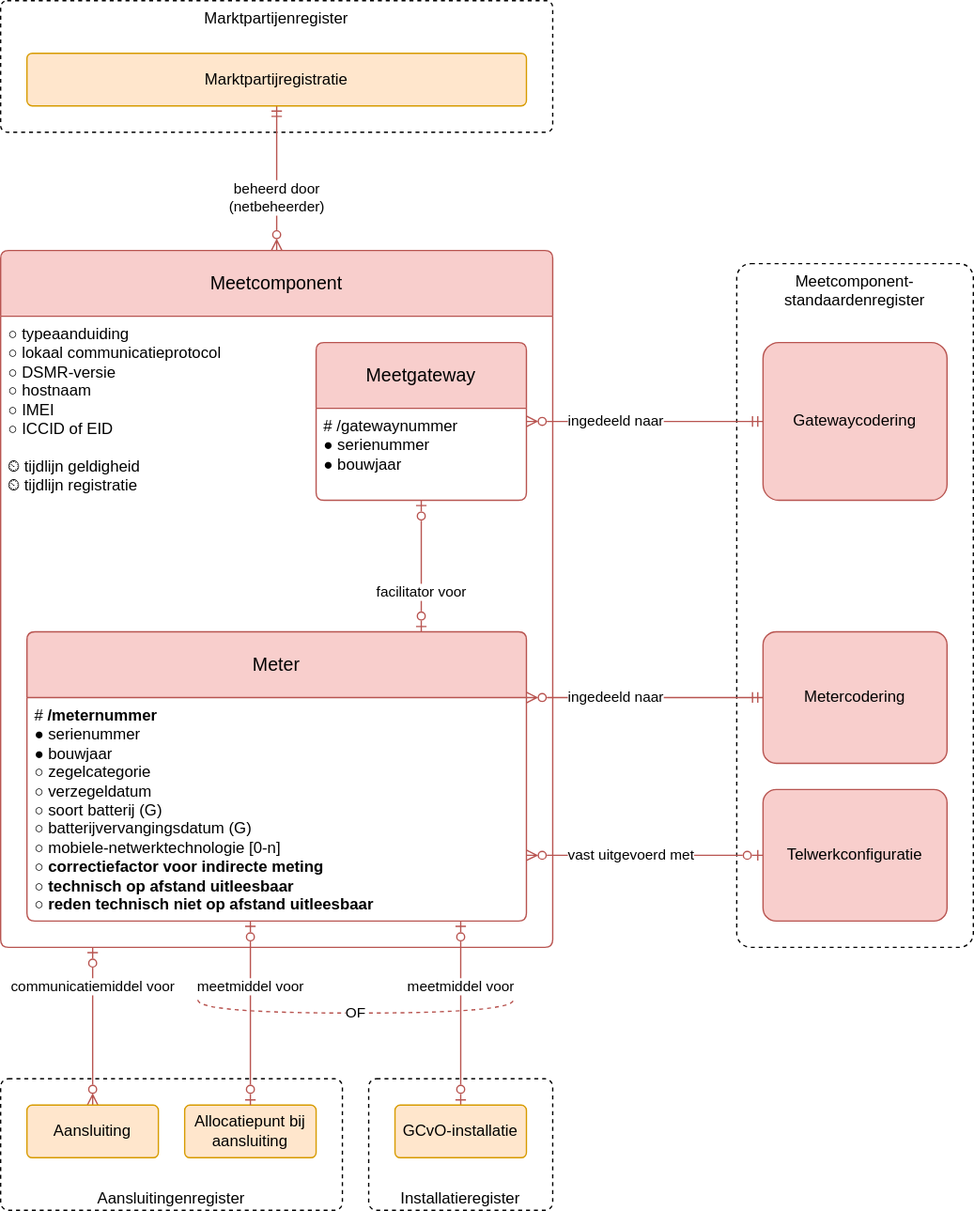
sefanja/nbnl-conceptuele-informatiemodellen keeps this draw.io diagram as modellen/registers/meetcomponentenregister/1.0.0/model.drawio.svg. Above is the earlier version. Source tidied: cells renumbered, new cells last; positions are measured from the earlier drawing's top-left corner, leaving out a move shared by most shapes.
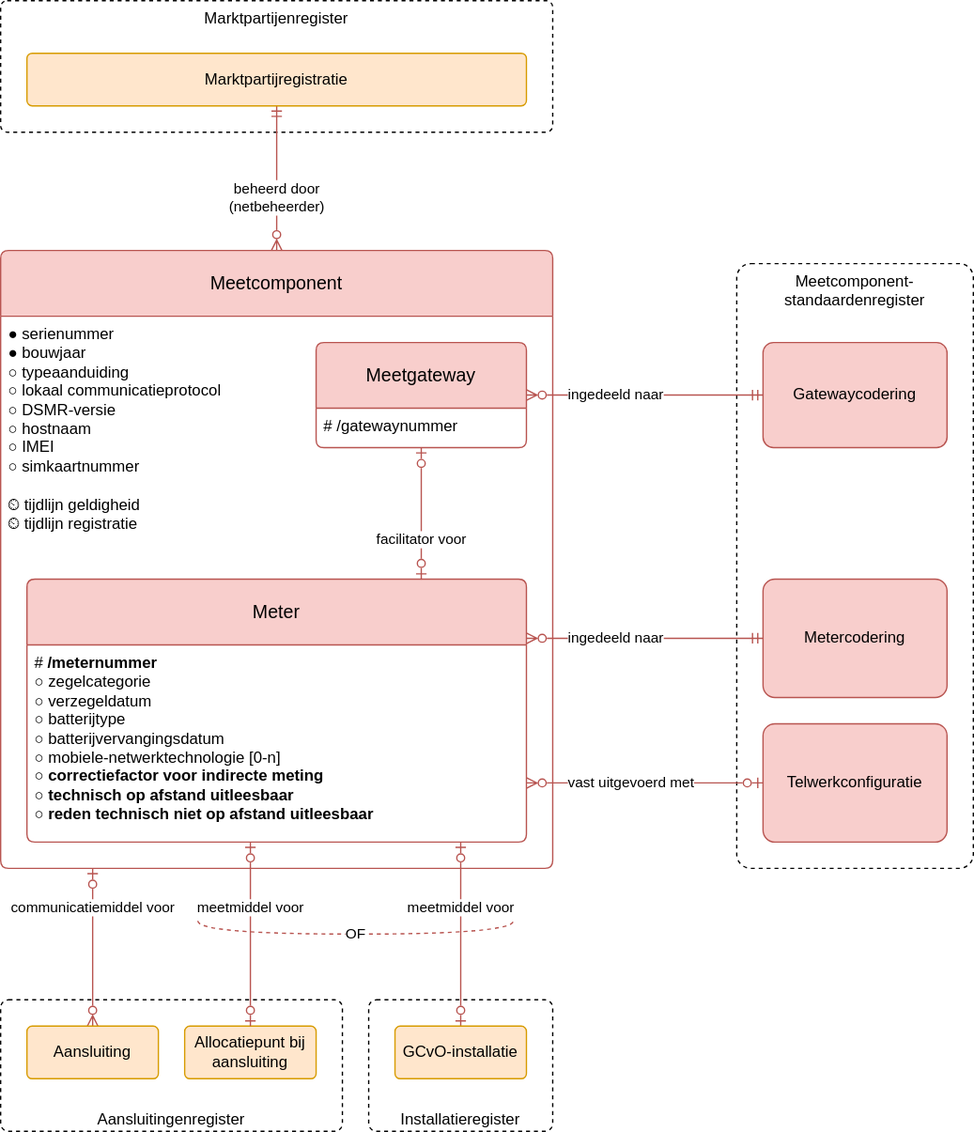
The same file after the commit.

Diff of the diagram source:
```diff
@@ -3,7 +3,7 @@
     <mxCell id="0" />
     <mxCell id="1" parent="0" />
     <mxCell id="2" value="Meetcomponent-standaardenregister" style="rounded=1;whiteSpace=wrap;html=1;dashed=1;verticalAlign=top;arcSize=6;" parent="1" vertex="1">
-      <mxGeometry x="560" y="200" width="180" height="520" as="geometry" />
+      <mxGeometry x="560" y="200" width="180" height="460" as="geometry" />
     </mxCell>
     <mxCell id="3" value="vast uitgevoerd&amp;nbsp;&lt;span style=&quot;background-color: light-dark(#ffffff, var(--ge-dark-color, #121212)); color: light-dark(rgb(0, 0, 0), rgb(255, 255, 255));&quot;&gt;met&lt;/span&gt;" style="endArrow=ERzeroToOne;html=1;rounded=0;startArrow=ERzeroToMany;startFill=0;endFill=0;edgeStyle=elbowEdgeStyle;align=left;fillColor=#f8cecc;strokeColor=#b85450;elbow=vertical;" parent="1" edge="1" source="9" target="26">
       <mxGeometry x="-0.67" relative="1" as="geometry" />
@@ -15,22 +15,22 @@
       <mxGeometry x="-0.67" relative="1" as="geometry" />
     </mxCell>
     <mxCell id="6" value="Meetcomponent" style="swimlane;horizontal=1;startSize=50;rounded=1;fontSize=14;fontStyle=0;strokeWidth=1;shadow=0;dashed=0;align=center;fillColor=#f8cecc;strokeColor=#b85450;arcSize=4;whiteSpace=wrap;html=1;" parent="1" vertex="1">
-      <mxGeometry y="190" width="420" height="530" as="geometry" />
+      <mxGeometry y="190" width="420" height="470" as="geometry" />
     </mxCell>
-    <mxCell id="7" value="&lt;div&gt;○ typeaanduiding&lt;span style=&quot;background-color: transparent; color: light-dark(rgb(0, 0, 0), rgb(255, 255, 255));&quot;&gt;&lt;/span&gt;&lt;/div&gt;&lt;div&gt;&lt;span style=&quot;background-color: transparent; color: light-dark(rgb(0, 0, 0), rgb(255, 255, 255));&quot;&gt;○&amp;nbsp;&lt;/span&gt;&lt;span style=&quot;background-color: transparent; color: light-dark(rgb(0, 0, 0), rgb(255, 255, 255));&quot;&gt;lokaal communicatieprotocol&lt;/span&gt;&lt;/div&gt;&lt;div&gt;○ DSMR-versie&lt;/div&gt;&lt;div&gt;○ hostnaam&lt;span style=&quot;background-color: transparent; color: light-dark(rgb(0, 0, 0), rgb(255, 255, 255));&quot;&gt;&lt;/span&gt;&lt;/div&gt;&lt;div&gt;&lt;span style=&quot;background-color: transparent; color: light-dark(rgb(0, 0, 0), rgb(255, 255, 255));&quot;&gt;○ IMEI&lt;/span&gt;&lt;/div&gt;&lt;div&gt;&lt;div&gt;&lt;span style=&quot;background-color: transparent; color: light-dark(rgb(0, 0, 0), rgb(255, 255, 255));&quot;&gt;○&amp;nbsp;ICCID of EID&lt;/span&gt;&lt;/div&gt;&lt;/div&gt;&lt;div&gt;&lt;span style=&quot;background-color: transparent; color: light-dark(rgb(0, 0, 0), rgb(255, 255, 255));&quot;&gt;&lt;br&gt;&lt;/span&gt;&lt;/div&gt;&lt;div&gt;&lt;span style=&quot;background-color: transparent;&quot;&gt;⏲ tijdlijn geldigheid&lt;/span&gt;&lt;/div&gt;&lt;div&gt;⏲ tijdlijn registratie&lt;span style=&quot;background-color: transparent;&quot;&gt;&lt;/span&gt;&lt;/div&gt;" style="align=left;strokeColor=none;fillColor=none;spacingLeft=4;fontSize=12;verticalAlign=top;fontStyle=0;html=1;" parent="6" vertex="1">
-      <mxGeometry y="50" width="420" height="480" as="geometry" />
+    <mxCell id="7" value="●&amp;nbsp;serienummer&lt;br&gt;●&amp;nbsp;bouwjaar&lt;br&gt;&lt;div&gt;&lt;/div&gt;&lt;div&gt;○ typeaanduiding&lt;span style=&quot;background-color: transparent; color: light-dark(rgb(0, 0, 0), rgb(255, 255, 255));&quot;&gt;&lt;/span&gt;&lt;/div&gt;&lt;div&gt;&lt;span style=&quot;background-color: transparent; color: light-dark(rgb(0, 0, 0), rgb(255, 255, 255));&quot;&gt;○&amp;nbsp;&lt;/span&gt;&lt;span style=&quot;background-color: transparent; color: light-dark(rgb(0, 0, 0), rgb(255, 255, 255));&quot;&gt;lokaal communicatieprotocol&lt;/span&gt;&lt;/div&gt;&lt;div&gt;○ DSMR-versie&lt;/div&gt;&lt;div&gt;○ hostnaam&lt;span style=&quot;background-color: transparent; color: light-dark(rgb(0, 0, 0), rgb(255, 255, 255));&quot;&gt;&lt;/span&gt;&lt;/div&gt;&lt;div&gt;&lt;span style=&quot;background-color: transparent; color: light-dark(rgb(0, 0, 0), rgb(255, 255, 255));&quot;&gt;○ IMEI&lt;/span&gt;&lt;/div&gt;&lt;div&gt;&lt;div&gt;&lt;span style=&quot;background-color: transparent; color: light-dark(rgb(0, 0, 0), rgb(255, 255, 255));&quot;&gt;○&amp;nbsp;simkaartnummer&lt;/span&gt;&lt;/div&gt;&lt;/div&gt;&lt;div&gt;&lt;span style=&quot;background-color: transparent; color: light-dark(rgb(0, 0, 0), rgb(255, 255, 255));&quot;&gt;&lt;br&gt;&lt;/span&gt;&lt;/div&gt;&lt;div&gt;&lt;span style=&quot;background-color: transparent;&quot;&gt;⏲ tijdlijn geldigheid&lt;/span&gt;&lt;/div&gt;&lt;div&gt;⏲ tijdlijn registratie&lt;span style=&quot;background-color: transparent;&quot;&gt;&lt;/span&gt;&lt;/div&gt;" style="align=left;strokeColor=none;fillColor=none;spacingLeft=4;fontSize=12;verticalAlign=top;fontStyle=0;html=1;" parent="6" vertex="1">
+      <mxGeometry y="50" width="420" height="420" as="geometry" />
     </mxCell>
     <mxCell id="8" value="Aansluitingenregister" style="rounded=1;whiteSpace=wrap;html=1;dashed=1;verticalAlign=bottom;arcSize=6;" parent="1" vertex="1">
-      <mxGeometry y="820" width="260" height="100" as="geometry" />
+      <mxGeometry y="760" width="260" height="100" as="geometry" />
     </mxCell>
     <mxCell id="9" value="Meter" style="swimlane;horizontal=1;startSize=50;rounded=1;fontSize=14;fontStyle=0;strokeWidth=1;shadow=0;dashed=0;align=center;fillColor=#f8cecc;strokeColor=#b85450;arcSize=4;whiteSpace=wrap;html=1;" parent="1" vertex="1">
-      <mxGeometry x="20" y="480" width="380" height="220" as="geometry" />
+      <mxGeometry x="20" y="440" width="380" height="200" as="geometry" />
     </mxCell>
-    <mxCell id="10" value="&lt;div&gt;# &lt;b&gt;/meternummer&lt;/b&gt;&lt;/div&gt;●&amp;nbsp;serienummer&lt;br&gt;●&amp;nbsp;bouwjaar&lt;br&gt;&lt;div&gt;&lt;div&gt;&lt;span style=&quot;background-color: initial; color: light-dark(rgb(0, 0, 0), rgb(255, 255, 255));&quot;&gt;○ zegelcategorie&lt;/span&gt;&lt;/div&gt;&lt;div&gt;○ verzegeldatum&lt;/div&gt;&lt;/div&gt;&lt;div&gt;&lt;span style=&quot;background-color: transparent; color: light-dark(rgb(0, 0, 0), rgb(255, 255, 255));&quot;&gt;○ soort batterij (G)&lt;/span&gt;&lt;/div&gt;&lt;div&gt;&lt;div&gt;○ batterijvervangingsdatum (G)&lt;/div&gt;&lt;/div&gt;&lt;div&gt;&lt;span style=&quot;background-color: transparent; color: light-dark(rgb(0, 0, 0), rgb(255, 255, 255));&quot;&gt;○&lt;/span&gt;&amp;nbsp;mobiele-netwerktechnologie [0-n]&lt;/div&gt;&lt;div&gt;○&amp;nbsp;&lt;b&gt;correctiefactor&amp;nbsp;voor indirecte meting&lt;/b&gt;&lt;div&gt;&lt;div&gt;&lt;span style=&quot;background-color: transparent; color: light-dark(rgb(0, 0, 0), rgb(255, 255, 255));&quot;&gt;○&lt;/span&gt;&lt;span style=&quot;background-color: initial; color: light-dark(rgb(0, 0, 0), rgb(255, 255, 255));&quot;&gt;&amp;nbsp;&lt;/span&gt;&lt;span style=&quot;background-color: initial; color: light-dark(rgb(0, 0, 0), rgb(255, 255, 255));&quot;&gt;&lt;b&gt;technisch op afstand uitleesbaar&lt;/b&gt;&lt;/span&gt;&lt;/div&gt;&lt;div&gt;○&amp;nbsp;&lt;b&gt;reden technisch niet op afstand&amp;nbsp;&lt;span style=&quot;background-color: transparent; color: light-dark(rgb(0, 0, 0), rgb(255, 255, 255));&quot;&gt;uitleesbaar&lt;/span&gt;&lt;/b&gt;&lt;/div&gt;&lt;/div&gt;&lt;/div&gt;" style="align=left;strokeColor=none;fillColor=none;spacingLeft=4;fontSize=12;verticalAlign=top;fontStyle=0;html=1;" parent="9" vertex="1">
-      <mxGeometry y="50" width="380" height="170" as="geometry" />
+    <mxCell id="10" value="&lt;div&gt;# &lt;b&gt;/meternummer&lt;/b&gt;&lt;/div&gt;&lt;div&gt;&lt;div&gt;&lt;span style=&quot;background-color: initial; color: light-dark(rgb(0, 0, 0), rgb(255, 255, 255));&quot;&gt;○ zegelcategorie&lt;/span&gt;&lt;/div&gt;&lt;div&gt;○ verzegeldatum&lt;/div&gt;&lt;/div&gt;&lt;div&gt;&lt;span style=&quot;background-color: transparent; color: light-dark(rgb(0, 0, 0), rgb(255, 255, 255));&quot;&gt;○ batterijtype&lt;/span&gt;&lt;/div&gt;&lt;div&gt;&lt;div&gt;○ batterijvervangingsdatum&lt;/div&gt;&lt;/div&gt;&lt;div&gt;&lt;span style=&quot;background-color: transparent; color: light-dark(rgb(0, 0, 0), rgb(255, 255, 255));&quot;&gt;○&lt;/span&gt;&amp;nbsp;mobiele-netwerktechnologie [0-n]&lt;/div&gt;&lt;div&gt;○&amp;nbsp;&lt;b&gt;correctiefactor&amp;nbsp;voor indirecte meting&lt;/b&gt;&lt;div&gt;&lt;div&gt;&lt;span style=&quot;background-color: transparent; color: light-dark(rgb(0, 0, 0), rgb(255, 255, 255));&quot;&gt;○&lt;/span&gt;&lt;span style=&quot;background-color: initial; color: light-dark(rgb(0, 0, 0), rgb(255, 255, 255));&quot;&gt;&amp;nbsp;&lt;/span&gt;&lt;span style=&quot;background-color: initial; color: light-dark(rgb(0, 0, 0), rgb(255, 255, 255));&quot;&gt;&lt;b&gt;technisch op afstand uitleesbaar&lt;/b&gt;&lt;/span&gt;&lt;/div&gt;&lt;div&gt;○&amp;nbsp;&lt;b&gt;reden technisch niet op afstand&amp;nbsp;&lt;span style=&quot;background-color: transparent; color: light-dark(rgb(0, 0, 0), rgb(255, 255, 255));&quot;&gt;uitleesbaar&lt;/span&gt;&lt;/b&gt;&lt;/div&gt;&lt;/div&gt;&lt;/div&gt;" style="align=left;strokeColor=none;fillColor=none;spacingLeft=4;fontSize=12;verticalAlign=top;fontStyle=0;html=1;" parent="9" vertex="1">
+      <mxGeometry y="50" width="380" height="150" as="geometry" />
     </mxCell>
     <mxCell id="11" value="Installatieregister" style="rounded=1;whiteSpace=wrap;html=1;dashed=1;verticalAlign=bottom;arcSize=6;" parent="1" vertex="1">
-      <mxGeometry x="280" y="820" width="140" height="100" as="geometry" />
+      <mxGeometry x="280" y="760" width="140" height="100" as="geometry" />
     </mxCell>
     <mxCell id="12" value="meetmiddel voor" style="edgeStyle=elbowEdgeStyle;fontSize=11;html=1;endArrow=ERzeroToOne;startArrow=ERzeroToOne;rounded=0;startFill=0;align=center;endFill=0;fontStyle=0;fillColor=#f8cecc;strokeColor=#b85450;" parent="1" edge="1" source="9" target="16">
       <mxGeometry x="-0.29" relative="1" as="geometry" />
@@ -42,10 +42,10 @@
       <mxGeometry x="-0.27" relative="1" as="geometry" />
     </mxCell>
     <mxCell id="15" value="Allocatiepunt bij aansluiting" style="rounded=1;arcSize=10;whiteSpace=wrap;html=1;align=center;fillColor=#ffe6cc;strokeColor=#d79b00;" parent="1" vertex="1">
-      <mxGeometry x="140" y="840" width="100" height="40" as="geometry" />
+      <mxGeometry x="140" y="780" width="100" height="40" as="geometry" />
     </mxCell>
     <mxCell id="16" value="GCvO-installatie" style="rounded=1;arcSize=10;whiteSpace=wrap;html=1;align=center;fillColor=#ffe6cc;strokeColor=#d79b00;" parent="1" vertex="1">
-      <mxGeometry x="300" y="840" width="100" height="40" as="geometry" />
+      <mxGeometry x="300" y="780" width="100" height="40" as="geometry" />
     </mxCell>
     <mxCell id="17" value="Marktpartijregistratie" style="rounded=1;arcSize=10;whiteSpace=wrap;html=1;align=center;fillColor=#ffe6cc;strokeColor=#d79b00;" parent="1" vertex="1">
       <mxGeometry x="20" y="40" width="380" height="40" as="geometry" />
@@ -55,34 +55,34 @@
     </mxCell>
     <mxCell id="19" value="OF" style="endArrow=none;html=1;rounded=0;edgeStyle=orthogonalEdgeStyle;noJump=0;orthogonalLoop=0;orthogonal=0;strokeColor=#b85450;dashed=1;jumpStyle=arc;jumpSize=12;curved=1;fillColor=#f8cecc;" parent="1" edge="1">
       <mxGeometry relative="1" as="geometry">
-        <mxPoint x="150" y="760" as="sourcePoint" />
-        <mxPoint x="390" y="760" as="targetPoint" />
+        <mxPoint x="150" y="700" as="sourcePoint" />
+        <mxPoint x="390" y="700" as="targetPoint" />
         <Array as="points">
-          <mxPoint x="150" y="770" />
-          <mxPoint x="390" y="770" />
+          <mxPoint x="150" y="710" />
+          <mxPoint x="390" y="710" />
         </Array>
       </mxGeometry>
     </mxCell>
     <mxCell id="20" value="&lt;div&gt;Meetgateway&lt;/div&gt;" style="swimlane;horizontal=1;startSize=50;rounded=1;fontSize=14;fontStyle=0;strokeWidth=1;shadow=0;dashed=0;align=center;fillColor=#f8cecc;strokeColor=#b85450;arcSize=4;whiteSpace=wrap;html=1;" parent="1" vertex="1">
-      <mxGeometry x="240" y="260" width="160" height="120" as="geometry" />
+      <mxGeometry x="240" y="260" width="160" height="80" as="geometry" />
     </mxCell>
-    <mxCell id="21" value="# /gatewaynummer&lt;div&gt;&lt;span style=&quot;background-color: transparent; color: light-dark(rgb(0, 0, 0), rgb(255, 255, 255));&quot;&gt;● serienummer&lt;/span&gt;&lt;/div&gt;&lt;div&gt;● bouwjaar&lt;/div&gt;" style="align=left;strokeColor=none;fillColor=none;spacingLeft=4;fontSize=12;verticalAlign=top;fontStyle=0;html=1;" parent="20" vertex="1">
-      <mxGeometry y="50" width="160" height="70" as="geometry" />
+    <mxCell id="21" value="# /gatewaynummer" style="align=left;strokeColor=none;fillColor=none;spacingLeft=4;fontSize=12;verticalAlign=top;fontStyle=0;html=1;" parent="20" vertex="1">
+      <mxGeometry y="50" width="160" height="30" as="geometry" />
     </mxCell>
     <mxCell id="22" value="communicatiemiddel voor" style="edgeStyle=elbowEdgeStyle;fontSize=11;html=1;endArrow=ERzeroToMany;startArrow=ERzeroToOne;rounded=0;startFill=0;align=center;endFill=0;jumpStyle=none;fontStyle=0;fillColor=#f8cecc;strokeColor=#b85450;" parent="1" edge="1" source="6" target="23">
       <mxGeometry x="-0.5" relative="1" as="geometry" />
     </mxCell>
     <mxCell id="23" value="Aansluiting" style="rounded=1;arcSize=10;whiteSpace=wrap;html=1;align=center;fillColor=#ffe6cc;strokeColor=#d79b00;" parent="1" vertex="1">
-      <mxGeometry x="20" y="840" width="100" height="40" as="geometry" />
+      <mxGeometry x="20" y="780" width="100" height="40" as="geometry" />
     </mxCell>
     <mxCell id="24" value="Gatewaycodering" style="rounded=1;arcSize=10;whiteSpace=wrap;html=1;align=center;fillColor=#f8cecc;verticalAlign=middle;strokeColor=#b85450;" parent="1" vertex="1">
-      <mxGeometry x="580" y="260" width="140" height="120" as="geometry" />
+      <mxGeometry x="580" y="260" width="140" height="80" as="geometry" />
     </mxCell>
     <mxCell id="25" value="Metercodering" style="rounded=1;arcSize=10;whiteSpace=wrap;html=1;align=center;fillColor=#f8cecc;verticalAlign=middle;strokeColor=#b85450;" parent="1" vertex="1">
-      <mxGeometry x="580" y="480" width="140" height="100" as="geometry" />
+      <mxGeometry x="580" y="440" width="140" height="90" as="geometry" />
     </mxCell>
     <mxCell id="26" value="Telwerkconfiguratie" style="rounded=1;arcSize=10;whiteSpace=wrap;html=1;align=center;fillColor=#f8cecc;verticalAlign=middle;strokeColor=#b85450;" parent="1" vertex="1">
-      <mxGeometry x="580" y="600" width="140" height="100" as="geometry" />
+      <mxGeometry x="580" y="550" width="140" height="90" as="geometry" />
     </mxCell>
     <mxCell id="27" value="facilitator voor" style="edgeStyle=elbowEdgeStyle;fontSize=11;html=1;endArrow=ERzeroToOne;startArrow=ERzeroToOne;rounded=1;startFill=0;align=center;endFill=0;jumpStyle=none;fontStyle=0;fillColor=#f8cecc;strokeColor=#b85450;" parent="1" edge="1" source="9" target="20">
       <mxGeometry x="-0.4" relative="1" as="geometry" />
```
